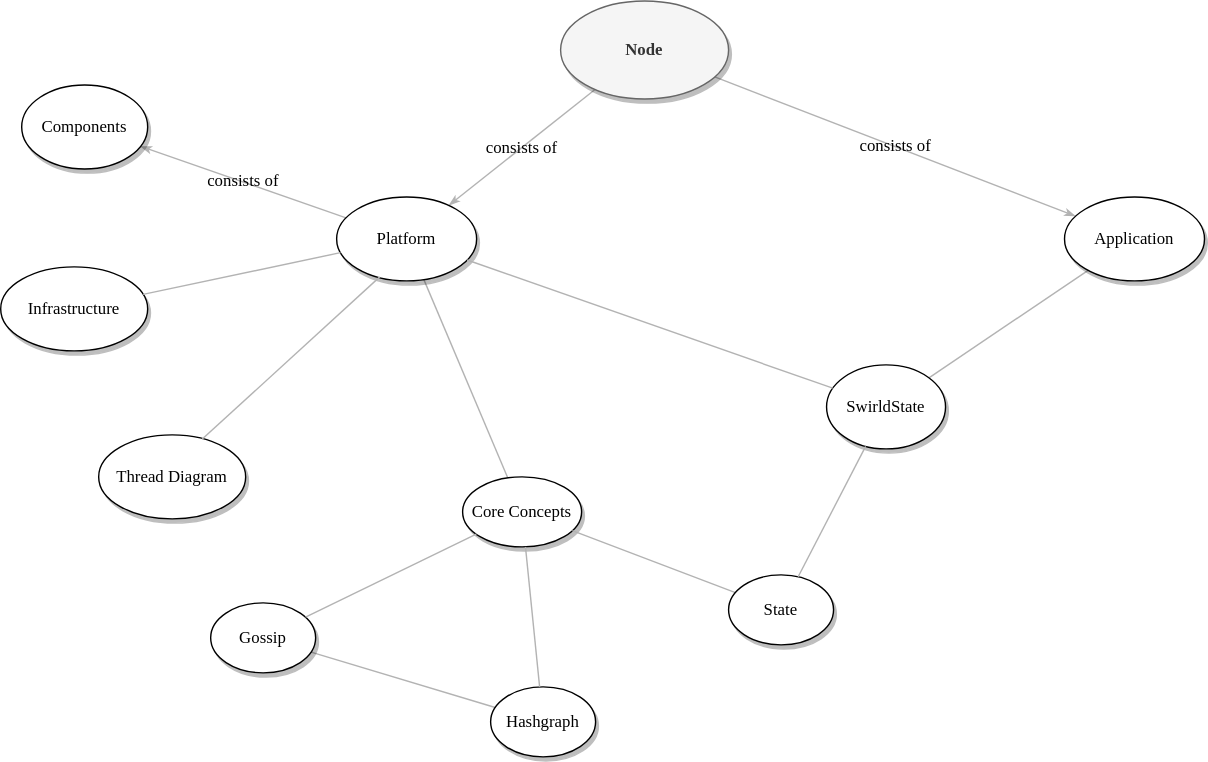
Above: platform-sdk/docs/mindmap-node.drawio.svg in hashgraph/hedera-services (draw.io), before the change. Source tidied: cells renumbered, new cells last; positions are measured from the earlier drawing's top-left corner, leaving out a move shared by most shapes.
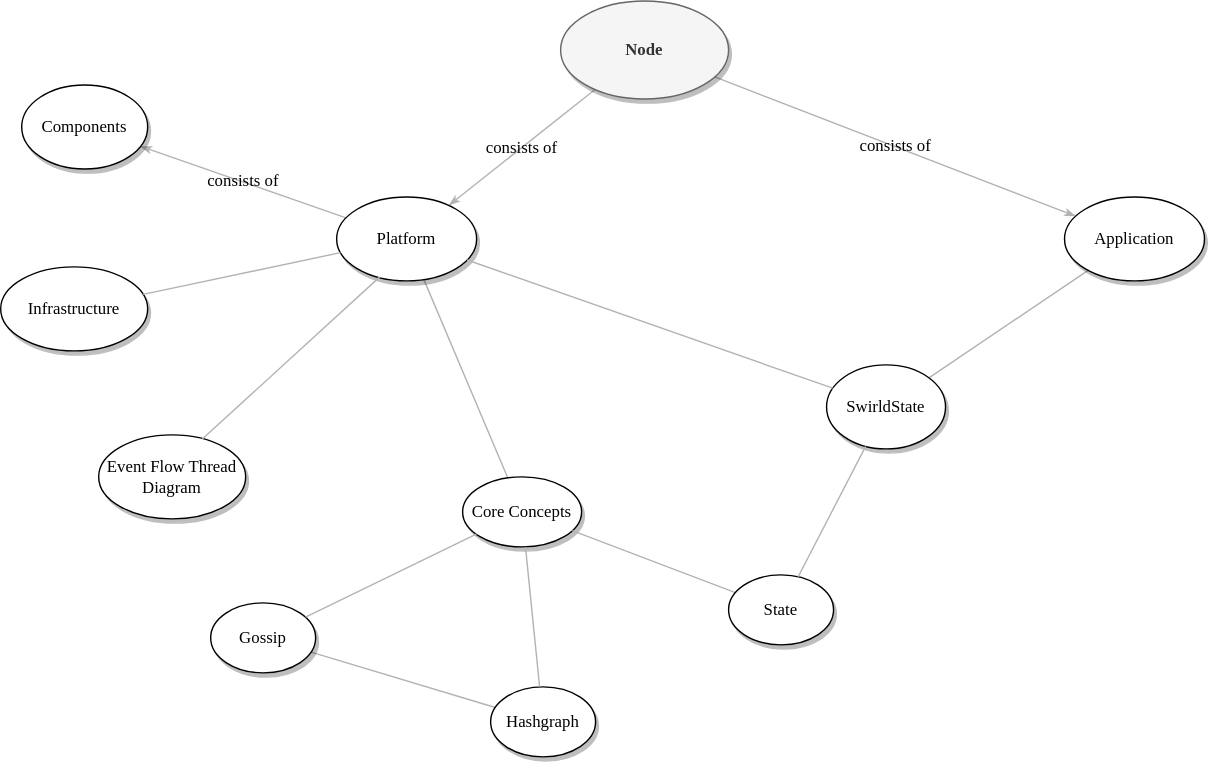
Above is the later version.

Diff of the diagram source:
```diff
@@ -68,7 +68,7 @@
     <mxCell id="23" style="edgeStyle=none;rounded=1;html=1;labelBackgroundColor=none;startArrow=none;startFill=0;startSize=5;endArrow=none;endFill=0;endSize=5;jettySize=auto;strokeColor=#B3B3B3;strokeWidth=1;fontFamily=Verdana;fontSize=12;" parent="1" edge="1" source="11" target="9">
       <mxGeometry relative="1" as="geometry" />
     </mxCell>
-    <mxCell id="24" value="&lt;span&gt;Thread Diagram&lt;/span&gt;" style="ellipse;whiteSpace=wrap;html=1;rounded=0;shadow=1;comic=0;labelBackgroundColor=none;strokeWidth=1;fontFamily=Verdana;fontSize=12;align=center;" parent="1" vertex="1">
+    <mxCell id="24" value="&lt;span&gt;Event Flow Thread Diagram&lt;/span&gt;" style="ellipse;whiteSpace=wrap;html=1;rounded=0;shadow=1;comic=0;labelBackgroundColor=none;strokeWidth=1;fontFamily=Verdana;fontSize=12;align=center;" parent="1" vertex="1">
       <mxGeometry x="70" y="310" width="105" height="60" as="geometry" />
     </mxCell>
     <mxCell id="25" style="edgeStyle=none;rounded=1;html=1;labelBackgroundColor=none;startArrow=none;startFill=0;startSize=5;endArrow=none;endFill=0;endSize=5;jettySize=auto;strokeColor=#B3B3B3;strokeWidth=1;fontFamily=Verdana;fontSize=12;exitX=0.308;exitY=0.952;exitDx=0;exitDy=0;exitPerimeter=0;entryX=0.703;entryY=0.053;entryDx=0;entryDy=0;entryPerimeter=0;" parent="1" edge="1" source="15" target="24">
```
